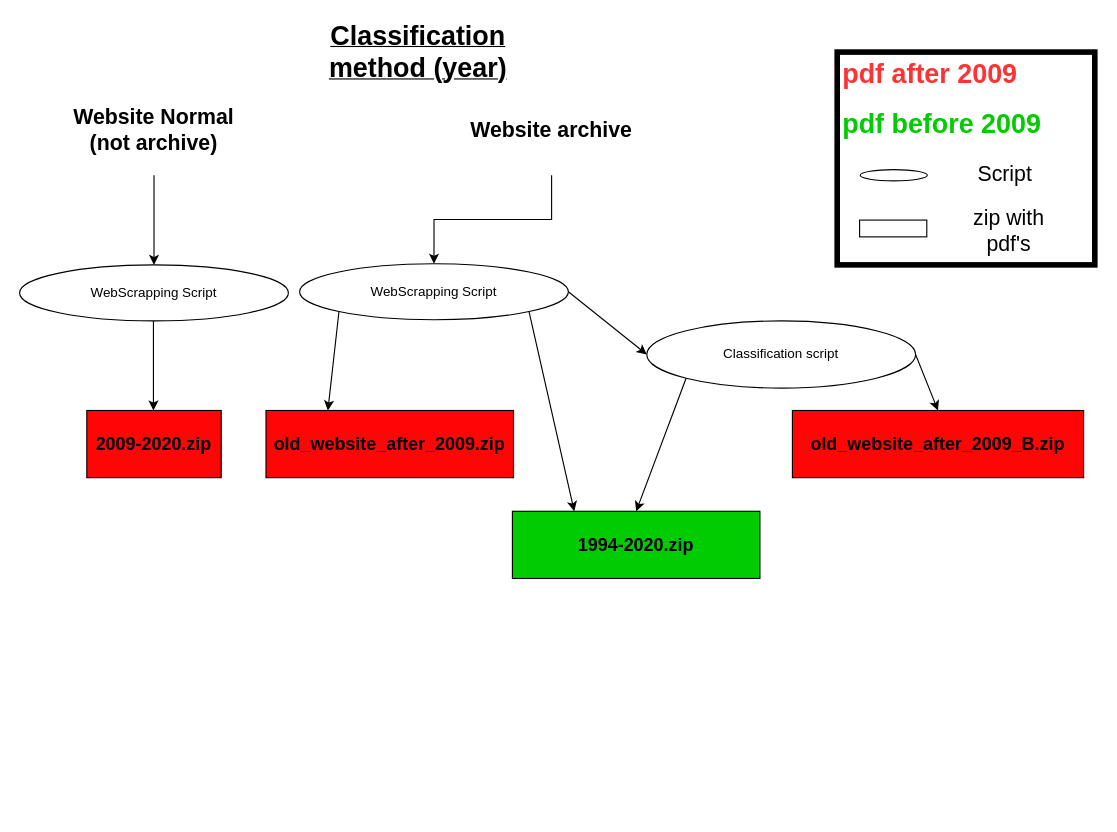
albertonvilas/WebScrapping_USA_JusticeDepartment keeps this draw.io diagram as scrape_us.drawio. Above is the earlier version. Source tidied: cells renumbered, new cells numbered last; positions are measured from the earlier drawing's top-left corner, leaving out a move shared by most shapes. Both pictures are drawn from the tidied source at 112%, with x=0, y=0 at pixel (19, 40).
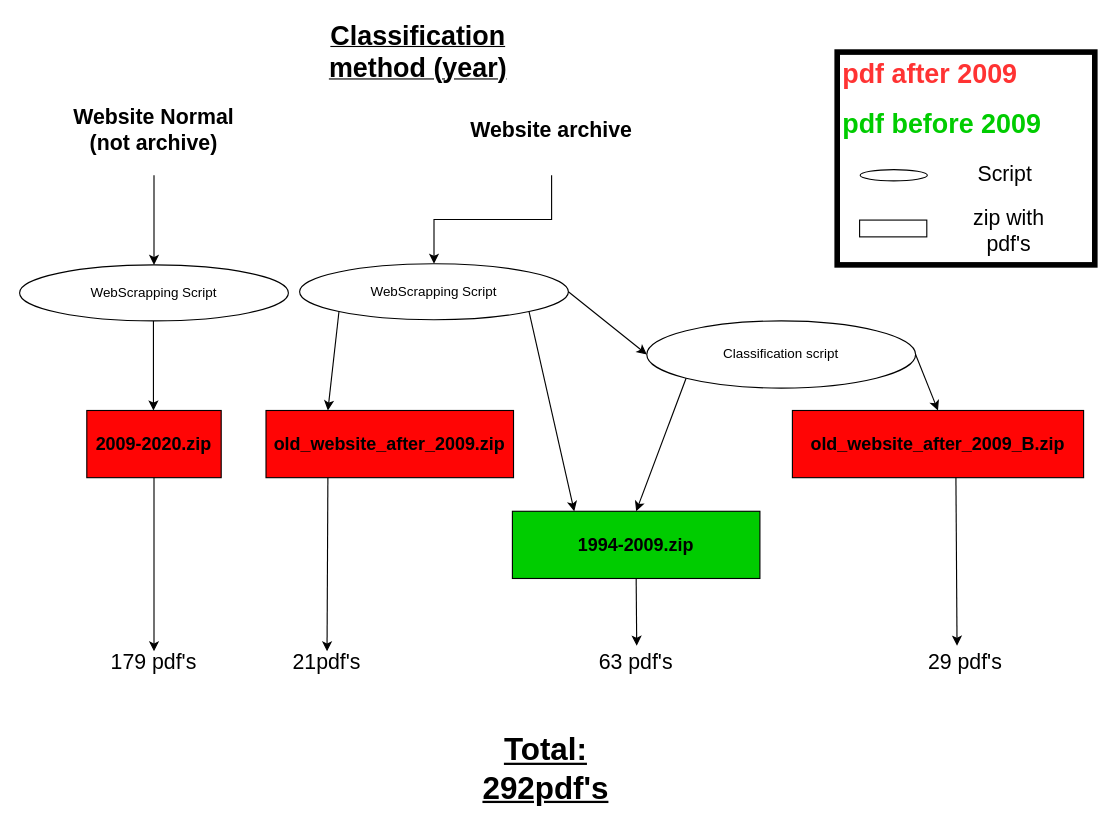
The same diagram, later.

The change refers to these unchanged cells:
```xml
<mxCell id="5" value="&lt;b&gt;&lt;font style=&quot;font-size: 16px&quot;&gt;2009-2020.zip&lt;/font&gt;&lt;/b&gt;" style="rounded=0;whiteSpace=wrap;html=1;fillColor=#FF0505;" parent="1" vertex="1">
  <mxGeometry x="60" y="330" width="120" height="60" as="geometry" />
</mxCell>
<mxCell id="12" value="&lt;b&gt;&lt;font style=&quot;font-size: 16px&quot;&gt;old_website_after_2009.zip&lt;/font&gt;&lt;/b&gt;" style="rounded=0;whiteSpace=wrap;html=1;fillColor=#FF0505;" parent="1" vertex="1">
  <mxGeometry x="220" y="330" width="221" height="60" as="geometry" />
</mxCell>
```

Diff of the diagram source:
```diff
@@
-    <mxCell id="14" value="&lt;b&gt;&lt;font style=&quot;font-size: 16px&quot;&gt;1994-2020.zip&lt;/font&gt;&lt;/b&gt;" style="rounded=0;whiteSpace=wrap;html=1;fillColor=#00CC00;" parent="1" vertex="1">
+    <mxCell id="14" value="&lt;b&gt;&lt;font style=&quot;font-size: 16px&quot;&gt;1994-2009.zip&lt;/font&gt;&lt;/b&gt;" style="rounded=0;whiteSpace=wrap;html=1;fillColor=#00CC00;" parent="1" vertex="1">
       <mxGeometry x="440" y="420" width="221" height="60" as="geometry" />
     </mxCell>
@@
+    <mxCell id="25" style="endArrow=classic;html=1;fontSize=19;exitX=0.5;exitY=1;exitDx=0;exitDy=0;" parent="1" edge="1" source="5" target="26">
+      <mxGeometry relative="1" as="geometry" />
+    </mxCell>
+    <mxCell id="26" value="179 pdf's" style="text;html=1;strokeColor=none;fillColor=none;align=center;verticalAlign=middle;whiteSpace=wrap;rounded=0;fontSize=19;" parent="1" vertex="1">
+      <mxGeometry x="80" y="545" width="80" height="20" as="geometry" />
+    </mxCell>
+    <mxCell id="27" style="endArrow=classic;html=1;fontSize=19;exitX=0.25;exitY=1;exitDx=0;exitDy=0;entryX=0.5;entryY=0;entryDx=0;entryDy=0;" parent="1" edge="1" source="12" target="28">
+      <mxGeometry relative="1" as="geometry" />
+    </mxCell>
+    <mxCell id="28" value="21pdf's" style="text;html=1;strokeColor=none;fillColor=none;align=center;verticalAlign=middle;whiteSpace=wrap;rounded=0;fontSize=19;" parent="1" vertex="1">
+      <mxGeometry x="240" y="545" width="69" height="20" as="geometry" />
+    </mxCell>
+    <mxCell id="29" style="endArrow=classic;html=1;fontSize=19;exitX=0.5;exitY=1;exitDx=0;exitDy=0;" parent="1" edge="1" source="14">
+      <mxGeometry relative="1" as="geometry">
+        <mxPoint x="551" y="540" as="targetPoint" />
+      </mxGeometry>
+    </mxCell>
+    <mxCell id="30" value="63 pdf's" style="text;html=1;strokeColor=none;fillColor=none;align=center;verticalAlign=middle;whiteSpace=wrap;rounded=0;fontSize=19;" parent="1" vertex="1">
+      <mxGeometry x="516" y="545" width="69" height="20" as="geometry" />
+    </mxCell>
+    <mxCell id="31" value="29 pdf's" style="text;html=1;strokeColor=none;fillColor=none;align=center;verticalAlign=middle;whiteSpace=wrap;rounded=0;fontSize=19;" parent="1" vertex="1">
+      <mxGeometry x="810" y="545" width="69" height="20" as="geometry" />
+    </mxCell>
+    <mxCell id="32" style="endArrow=classic;html=1;fontSize=19;exitX=0.5;exitY=1;exitDx=0;exitDy=0;" parent="1" edge="1">
+      <mxGeometry relative="1" as="geometry">
+        <mxPoint x="836" y="390" as="sourcePoint" />
+        <mxPoint x="837" y="540" as="targetPoint" />
+      </mxGeometry>
+    </mxCell>
+    <mxCell id="33" value="Total:&lt;br style=&quot;font-size: 28px;&quot;&gt;292pdf's" style="text;html=1;strokeColor=none;fillColor=none;align=center;verticalAlign=middle;whiteSpace=wrap;rounded=0;fontSize=28;fontStyle=5;" parent="1" vertex="1">
+      <mxGeometry x="390" y="610" width="160" height="80" as="geometry" />
+    </mxCell>
```
